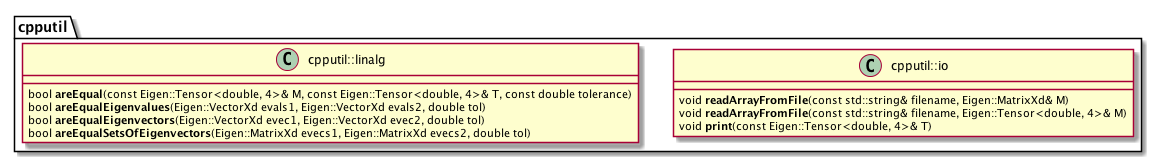
matt-chan/cpputil keeps this PlantUML diagram as docs/cpputil_UML_diagram.png. Above is the earlier version.
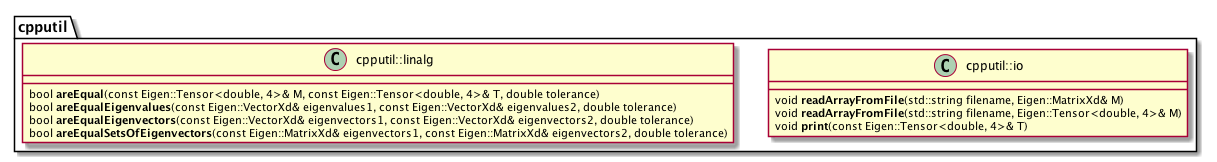
Later version of the same file.

Commit message:
Update UML diagram.

Diff of the diagram source:
```diff
@@ -4,16 +4,16 @@
 namespace cpputil {
 
     class cpputil::io {
-        void **readArrayFromFile**(const std::string& filename, Eigen::MatrixXd& M)
-        void **readArrayFromFile**(const std::string& filename, Eigen::Tensor<double, 4>& M)
+        void **readArrayFromFile**(std::string filename, Eigen::MatrixXd& M)
+        void **readArrayFromFile**(std::string filename, Eigen::Tensor<double, 4>& M)
         void **print**(const Eigen::Tensor<double, 4>& T)
     }
 
     class cpputil::linalg {
-        bool **areEqual**(const Eigen::Tensor<double, 4>& M, const Eigen::Tensor<double, 4>& T, const double tolerance)
-        bool **areEqualEigenvalues**(Eigen::VectorXd evals1, Eigen::VectorXd evals2, double tol)
-        bool **areEqualEigenvectors**(Eigen::VectorXd evec1, Eigen::VectorXd evec2, double tol)
-        bool **areEqualSetsOfEigenvectors**(Eigen::MatrixXd evecs1, Eigen::MatrixXd evecs2, double tol)
+        bool **areEqual**(const Eigen::Tensor<double, 4>& M, const Eigen::Tensor<double, 4>& T, double tolerance)
+        bool **areEqualEigenvalues**(const Eigen::VectorXd& eigenvalues1, const Eigen::VectorXd& eigenvalues2, double tolerance)
+        bool **areEqualEigenvectors**(const Eigen::VectorXd& eigenvectors1, const Eigen::VectorXd& eigenvectors2, double tolerance)
+        bool **areEqualSetsOfEigenvectors**(const Eigen::MatrixXd& eigenvectors1, const Eigen::MatrixXd& eigenvectors2, double tolerance)
     }
 
 }
```
